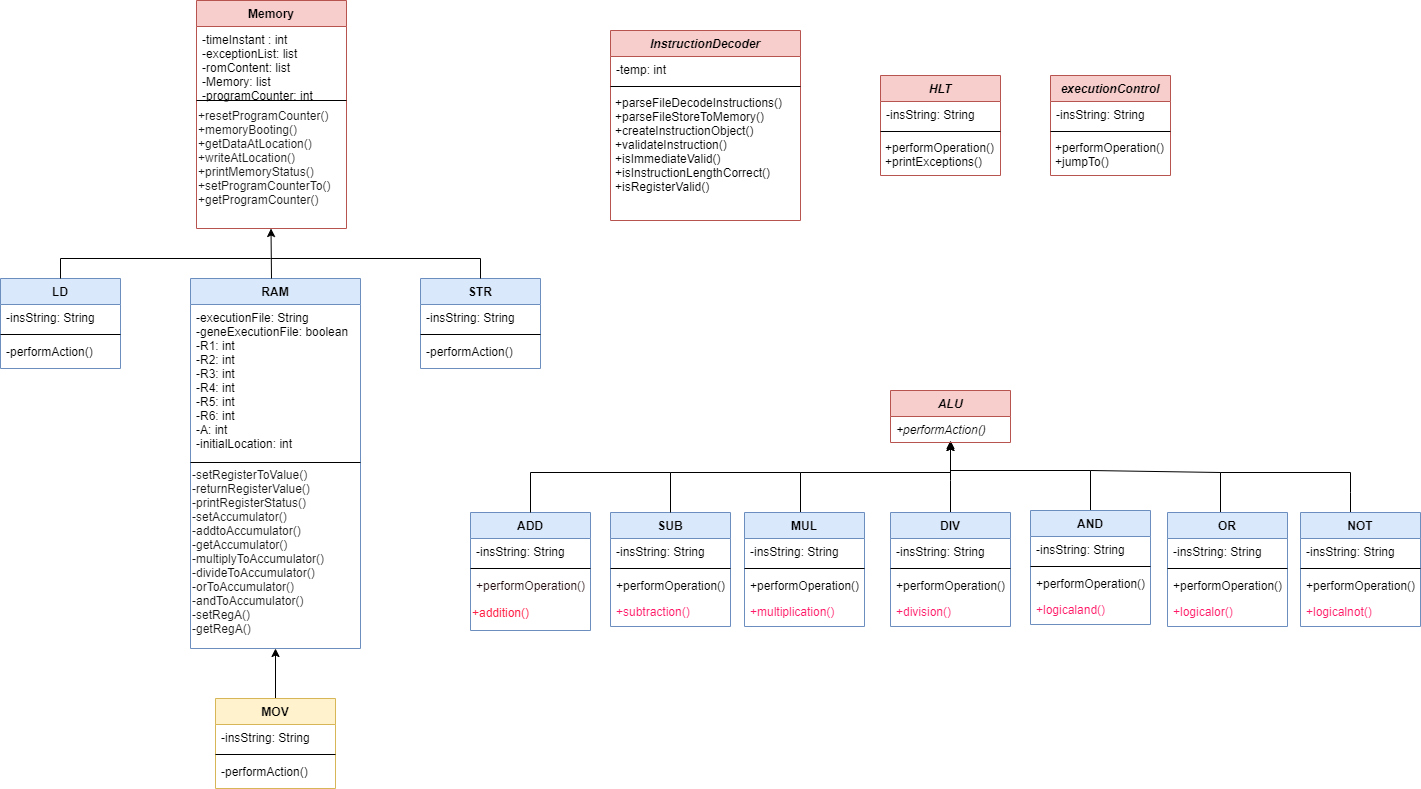
Above: ULM.png in Gagandeep20320/OOPDProject (draw.io), before the change. Source tidied: cells renumbered, new cells last; positions are measured from the earlier drawing's top-left corner, leaving out a move shared by most shapes.
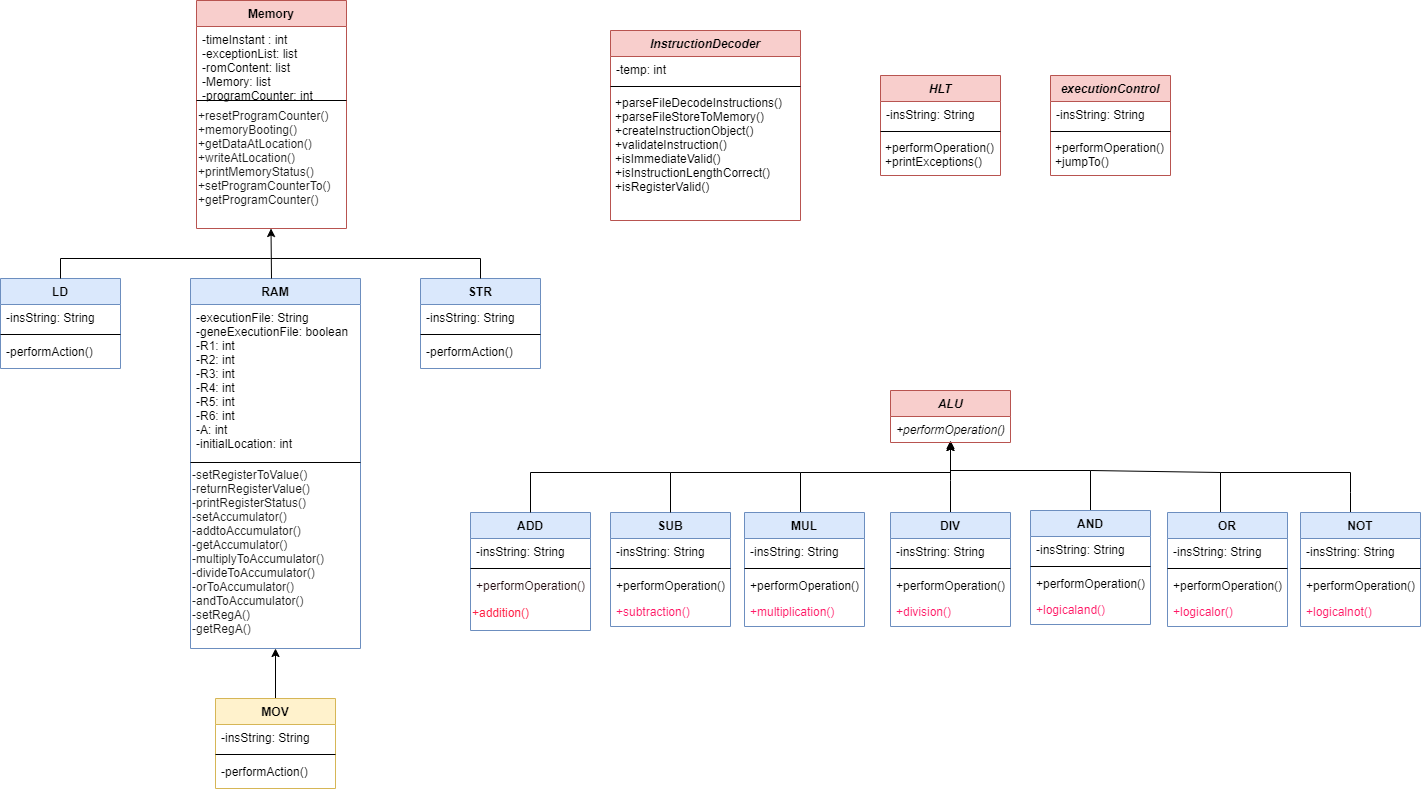
Above is the later version.

What changed in the source:
```diff
@@ -121,7 +121,7 @@
     <mxCell id="29" value="ALU" style="swimlane;fontStyle=3;align=center;verticalAlign=top;horizontal=1;startSize=26;rounded=0;shadow=0;strokeWidth=1;fillColor=#f8cecc;strokeColor=#b85450;" parent="1" vertex="1">
       <mxGeometry x="890" y="390" width="120" height="52" as="geometry" />
     </mxCell>
-    <mxCell id="30" value="+performAction()" style="text;align=left;verticalAlign=top;spacingLeft=4;spacingRight=4;overflow=hidden;fontStyle=2;" parent="29" vertex="1">
+    <mxCell id="30" value="+performOperation()" style="text;align=left;verticalAlign=top;spacingLeft=4;spacingRight=4;overflow=hidden;fontStyle=2;" parent="29" vertex="1">
       <mxGeometry y="26" width="120" height="26" as="geometry" />
     </mxCell>
     <mxCell id="31" value="ADD" style="swimlane;fontStyle=1;align=center;verticalAlign=top;horizontal=1;startSize=26;rounded=0;shadow=0;strokeWidth=1;fillColor=#dae8fc;strokeColor=#6c8ebf;" parent="1" vertex="1">
```
